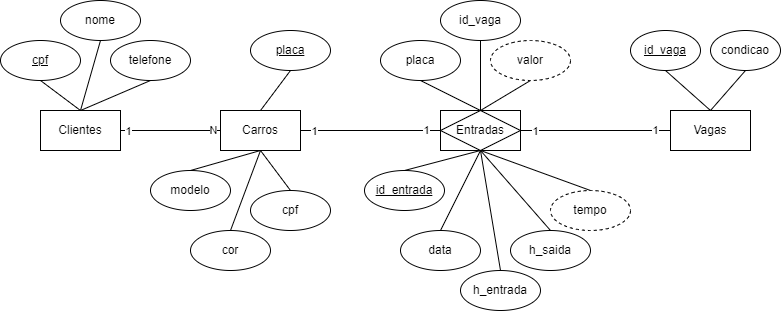
This is docs/mer_der.png from c-alvares/Estacionamento, a draw.io export, as it was before one commit. Source tidied: cells renumbered, new cells last; positions are measured from the earlier drawing's top-left corner, leaving out a move shared by most shapes. Its diagram source:
```xml
<mxGraphModel>
  <root>
    <mxCell id="0" />
    <mxCell id="1" parent="0" />
    <mxCell id="2" value="Clientes" style="whiteSpace=wrap;html=1;align=center;" parent="1" vertex="1">
      <mxGeometry x="40" y="110" width="80" height="40" as="geometry" />
    </mxCell>
    <mxCell id="3" value="Carros" style="whiteSpace=wrap;html=1;align=center;" parent="1" vertex="1">
      <mxGeometry x="220" y="110" width="80" height="40" as="geometry" />
    </mxCell>
    <mxCell id="4" value="Vagas" style="whiteSpace=wrap;html=1;align=center;" parent="1" vertex="1">
      <mxGeometry x="670" y="110" width="80" height="40" as="geometry" />
    </mxCell>
    <mxCell id="5" value="nome" style="ellipse;whiteSpace=wrap;html=1;align=center;" parent="1" vertex="1">
      <mxGeometry x="60" width="80" height="40" as="geometry" />
    </mxCell>
    <mxCell id="6" value="modelo" style="ellipse;whiteSpace=wrap;html=1;align=center;" parent="1" vertex="1">
      <mxGeometry x="150" y="170" width="80" height="40" as="geometry" />
    </mxCell>
    <mxCell id="7" value="cor" style="ellipse;whiteSpace=wrap;html=1;align=center;" parent="1" vertex="1">
      <mxGeometry x="190" y="230" width="80" height="40" as="geometry" />
    </mxCell>
    <mxCell id="8" value="cpf" style="ellipse;whiteSpace=wrap;html=1;align=center;fontStyle=4;" parent="1" vertex="1">
      <mxGeometry y="40" width="80" height="40" as="geometry" />
    </mxCell>
    <mxCell id="9" value="placa" style="ellipse;whiteSpace=wrap;html=1;align=center;fontStyle=4;" parent="1" vertex="1">
      <mxGeometry x="250" y="30" width="80" height="40" as="geometry" />
    </mxCell>
    <mxCell id="10" style="endArrow=none;html=1;rounded=0;exitX=0.5;exitY=1;exitDx=0;exitDy=0;" parent="1" edge="1" source="9">
      <mxGeometry relative="1" as="geometry">
        <mxPoint x="260" y="110" as="targetPoint" />
      </mxGeometry>
    </mxCell>
    <mxCell id="11" style="endArrow=none;html=1;rounded=0;exitX=0.5;exitY=1;exitDx=0;exitDy=0;entryX=0.5;entryY=0;entryDx=0;entryDy=0;" parent="1" edge="1" source="3" target="7">
      <mxGeometry relative="1" as="geometry" />
    </mxCell>
    <mxCell id="12" style="endArrow=none;html=1;rounded=0;exitX=0.5;exitY=0;exitDx=0;exitDy=0;entryX=0.5;entryY=1;entryDx=0;entryDy=0;" parent="1" edge="1" source="6" target="3">
      <mxGeometry relative="1" as="geometry" />
    </mxCell>
    <mxCell id="13" style="endArrow=none;html=1;rounded=0;exitX=0.5;exitY=1;exitDx=0;exitDy=0;entryX=0.5;entryY=0;entryDx=0;entryDy=0;" parent="1" edge="1" source="8" target="2">
      <mxGeometry relative="1" as="geometry" />
    </mxCell>
    <mxCell id="14" style="endArrow=none;html=1;rounded=0;exitX=0.5;exitY=1;exitDx=0;exitDy=0;entryX=0.5;entryY=0;entryDx=0;entryDy=0;" parent="1" edge="1" source="5" target="2">
      <mxGeometry relative="1" as="geometry" />
    </mxCell>
    <mxCell id="15" value="telefone" style="ellipse;whiteSpace=wrap;html=1;align=center;" parent="1" vertex="1">
      <mxGeometry x="110" y="40" width="80" height="40" as="geometry" />
    </mxCell>
    <mxCell id="16" style="endArrow=none;html=1;rounded=0;entryX=0.5;entryY=1;entryDx=0;entryDy=0;exitX=0.5;exitY=0;exitDx=0;exitDy=0;" parent="1" edge="1" source="2" target="15">
      <mxGeometry relative="1" as="geometry" />
    </mxCell>
    <mxCell id="17" value="cpf" style="ellipse;whiteSpace=wrap;html=1;align=center;" parent="1" vertex="1">
      <mxGeometry x="250" y="190" width="80" height="40" as="geometry" />
    </mxCell>
    <mxCell id="18" style="endArrow=none;html=1;rounded=0;exitX=0.5;exitY=0;exitDx=0;exitDy=0;entryX=0.5;entryY=1;entryDx=0;entryDy=0;" parent="1" edge="1" source="17" target="3">
      <mxGeometry relative="1" as="geometry" />
    </mxCell>
    <mxCell id="19" value="N" style="endArrow=none;html=1;rounded=0;exitX=1;exitY=0.5;exitDx=0;exitDy=0;entryX=0;entryY=0.5;entryDx=0;entryDy=0;" parent="1" edge="1" source="2" target="3">
      <mxGeometry x="0.87" relative="1" as="geometry" />
    </mxCell>
    <mxCell id="20" value="1" style="edgeLabel;html=1;align=center;verticalAlign=middle;" parent="19" vertex="1">
      <mxGeometry x="-0.7" relative="1" as="geometry">
        <mxPoint x="-8" as="offset" />
      </mxGeometry>
    </mxCell>
    <mxCell id="21" value="condicao" style="ellipse;whiteSpace=wrap;html=1;align=center;" parent="1" vertex="1">
      <mxGeometry x="710" y="30" width="70" height="40" as="geometry" />
    </mxCell>
    <mxCell id="22" value="id_vaga" style="ellipse;whiteSpace=wrap;html=1;align=center;fontStyle=4;" parent="1" vertex="1">
      <mxGeometry x="630" y="30" width="70" height="40" as="geometry" />
    </mxCell>
    <mxCell id="23" style="endArrow=none;html=1;rounded=0;exitX=0.5;exitY=1;exitDx=0;exitDy=0;entryX=0.5;entryY=0;entryDx=0;entryDy=0;" parent="1" edge="1" source="22" target="4">
      <mxGeometry relative="1" as="geometry" />
    </mxCell>
    <mxCell id="24" style="endArrow=none;html=1;rounded=0;exitX=0.5;exitY=1;exitDx=0;exitDy=0;entryX=0.5;entryY=0;entryDx=0;entryDy=0;" parent="1" edge="1" source="21" target="4">
      <mxGeometry relative="1" as="geometry" />
    </mxCell>
    <mxCell id="25" value="Entradas" style="shape=associativeEntity;whiteSpace=wrap;html=1;align=center;" parent="1" vertex="1">
      <mxGeometry x="440" y="110" width="80" height="40" as="geometry" />
    </mxCell>
    <mxCell id="26" style="endArrow=none;html=1;rounded=0;exitX=0.5;exitY=1;exitDx=0;exitDy=0;entryX=0.5;entryY=0;entryDx=0;entryDy=0;" parent="1" edge="1" source="41" target="25">
      <mxGeometry relative="1" as="geometry" />
    </mxCell>
    <mxCell id="27" style="endArrow=none;html=1;rounded=0;exitX=0.5;exitY=1;exitDx=0;exitDy=0;entryX=0.5;entryY=0;entryDx=0;entryDy=0;" parent="1" edge="1" source="40" target="25">
      <mxGeometry relative="1" as="geometry" />
    </mxCell>
    <mxCell id="28" value="data" style="ellipse;whiteSpace=wrap;html=1;align=center;" parent="1" vertex="1">
      <mxGeometry x="400" y="230" width="80" height="40" as="geometry" />
    </mxCell>
    <mxCell id="29" value="id_entrada" style="ellipse;whiteSpace=wrap;html=1;align=center;fontStyle=4;" parent="1" vertex="1">
      <mxGeometry x="364" y="170" width="80" height="40" as="geometry" />
    </mxCell>
    <mxCell id="30" style="endArrow=none;html=1;rounded=0;exitX=0.5;exitY=0;exitDx=0;exitDy=0;entryX=0.5;entryY=1;entryDx=0;entryDy=0;" parent="1" edge="1" source="29" target="25">
      <mxGeometry relative="1" as="geometry" />
    </mxCell>
    <mxCell id="31" style="endArrow=none;html=1;rounded=0;exitX=0.5;exitY=0;exitDx=0;exitDy=0;entryX=0.5;entryY=1;entryDx=0;entryDy=0;" parent="1" edge="1" source="28" target="25">
      <mxGeometry relative="1" as="geometry" />
    </mxCell>
    <mxCell id="32" value="h_entrada" style="ellipse;whiteSpace=wrap;html=1;align=center;" parent="1" vertex="1">
      <mxGeometry x="460" y="270" width="80" height="40" as="geometry" />
    </mxCell>
    <mxCell id="33" style="endArrow=none;html=1;rounded=0;entryX=0.5;entryY=0;entryDx=0;entryDy=0;exitX=0.5;exitY=1;exitDx=0;exitDy=0;" parent="1" edge="1" source="25" target="32">
      <mxGeometry relative="1" as="geometry" />
    </mxCell>
    <mxCell id="34" value="tempo" style="ellipse;whiteSpace=wrap;html=1;align=center;dashed=1;" parent="1" vertex="1">
      <mxGeometry x="550" y="190" width="80" height="40" as="geometry" />
    </mxCell>
    <mxCell id="35" style="endArrow=none;html=1;rounded=0;entryX=0.5;entryY=0;entryDx=0;entryDy=0;exitX=0.5;exitY=1;exitDx=0;exitDy=0;" parent="1" edge="1" source="25" target="34">
      <mxGeometry relative="1" as="geometry" />
    </mxCell>
    <mxCell id="36" value="1" style="endArrow=none;html=1;rounded=0;entryX=0;entryY=0.5;entryDx=0;entryDy=0;exitX=1;exitY=0.5;exitDx=0;exitDy=0;" parent="1" edge="1" source="25" target="4">
      <mxGeometry x="0.8" relative="1" as="geometry" />
    </mxCell>
    <mxCell id="37" value="1" style="edgeLabel;html=1;align=center;verticalAlign=middle;" parent="36" vertex="1">
      <mxGeometry x="-0.86" relative="1" as="geometry">
        <mxPoint x="3" as="offset" />
      </mxGeometry>
    </mxCell>
    <mxCell id="38" value="1" style="endArrow=none;html=1;rounded=0;exitX=1;exitY=0.5;exitDx=0;exitDy=0;entryX=0;entryY=0.5;entryDx=0;entryDy=0;" parent="1" edge="1" source="3" target="25">
      <mxGeometry x="0.8" relative="1" as="geometry" />
    </mxCell>
    <mxCell id="39" value="1" style="edgeLabel;html=1;align=center;verticalAlign=middle;" parent="38" vertex="1">
      <mxGeometry x="-0.86" relative="1" as="geometry">
        <mxPoint x="3" as="offset" />
      </mxGeometry>
    </mxCell>
    <mxCell id="40" value="valor" style="ellipse;whiteSpace=wrap;html=1;align=center;dashed=1;" parent="1" vertex="1">
      <mxGeometry x="490" y="40" width="80" height="40" as="geometry" />
    </mxCell>
    <mxCell id="41" value="placa" style="ellipse;whiteSpace=wrap;html=1;align=center;" parent="1" vertex="1">
      <mxGeometry x="380" y="40" width="80" height="40" as="geometry" />
    </mxCell>
    <mxCell id="42" style="endArrow=none;html=1;rounded=0;exitX=0.5;exitY=1;exitDx=0;exitDy=0;entryX=0.5;entryY=0;entryDx=0;entryDy=0;" parent="1" edge="1" source="43" target="25">
      <mxGeometry relative="1" as="geometry" />
    </mxCell>
    <mxCell id="43" value="id_vaga" style="ellipse;whiteSpace=wrap;html=1;align=center;" parent="1" vertex="1">
      <mxGeometry x="440" width="80" height="40" as="geometry" />
    </mxCell>
    <mxCell id="44" value="h_saida" style="ellipse;whiteSpace=wrap;html=1;align=center;" parent="1" vertex="1">
      <mxGeometry x="510" y="230" width="80" height="40" as="geometry" />
    </mxCell>
    <mxCell id="45" style="endArrow=none;html=1;rounded=0;entryX=0.5;entryY=0;entryDx=0;entryDy=0;exitX=0.5;exitY=1;exitDx=0;exitDy=0;" parent="1" edge="1" source="25" target="44">
      <mxGeometry relative="1" as="geometry" />
    </mxCell>
  </root>
</mxGraphModel>
```
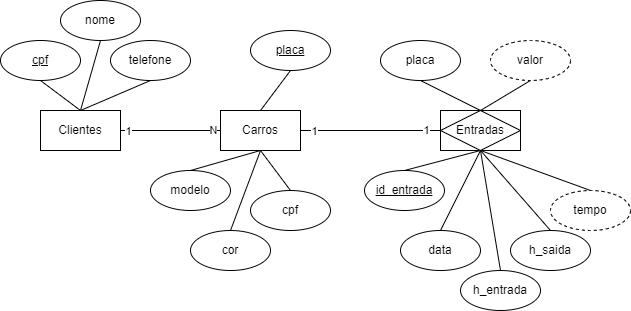
The same diagram one commit later.

The edit, as a diff of the source:
```diff
@@ -1,4 +1,4 @@
-<mxGraphModel>
+<mxGraphModel background="#ffffff">
   <root>
     <mxCell id="0" />
     <mxCell id="1" parent="0" />
@@ -8,9 +8,6 @@
     <mxCell id="3" value="Carros" style="whiteSpace=wrap;html=1;align=center;" parent="1" vertex="1">
       <mxGeometry x="220" y="110" width="80" height="40" as="geometry" />
     </mxCell>
-    <mxCell id="4" value="Vagas" style="whiteSpace=wrap;html=1;align=center;" parent="1" vertex="1">
-      <mxGeometry x="670" y="110" width="80" height="40" as="geometry" />
-    </mxCell>
     <mxCell id="5" value="nome" style="ellipse;whiteSpace=wrap;html=1;align=center;" parent="1" vertex="1">
       <mxGeometry x="60" width="80" height="40" as="geometry" />
     </mxCell>
@@ -63,18 +60,6 @@
         <mxPoint x="-8" as="offset" />
       </mxGeometry>
     </mxCell>
-    <mxCell id="21" value="condicao" style="ellipse;whiteSpace=wrap;html=1;align=center;" parent="1" vertex="1">
-      <mxGeometry x="710" y="30" width="70" height="40" as="geometry" />
-    </mxCell>
-    <mxCell id="22" value="id_vaga" style="ellipse;whiteSpace=wrap;html=1;align=center;fontStyle=4;" parent="1" vertex="1">
-      <mxGeometry x="630" y="30" width="70" height="40" as="geometry" />
-    </mxCell>
-    <mxCell id="23" style="endArrow=none;html=1;rounded=0;exitX=0.5;exitY=1;exitDx=0;exitDy=0;entryX=0.5;entryY=0;entryDx=0;entryDy=0;" parent="1" edge="1" source="22" target="4">
-      <mxGeometry relative="1" as="geometry" />
-    </mxCell>
-    <mxCell id="24" style="endArrow=none;html=1;rounded=0;exitX=0.5;exitY=1;exitDx=0;exitDy=0;entryX=0.5;entryY=0;entryDx=0;entryDy=0;" parent="1" edge="1" source="21" target="4">
-      <mxGeometry relative="1" as="geometry" />
-    </mxCell>
     <mxCell id="25" value="Entradas" style="shape=associativeEntity;whiteSpace=wrap;html=1;align=center;" parent="1" vertex="1">
       <mxGeometry x="440" y="110" width="80" height="40" as="geometry" />
     </mxCell>
@@ -108,14 +93,6 @@
     <mxCell id="35" style="endArrow=none;html=1;rounded=0;entryX=0.5;entryY=0;entryDx=0;entryDy=0;exitX=0.5;exitY=1;exitDx=0;exitDy=0;" parent="1" edge="1" source="25" target="34">
       <mxGeometry relative="1" as="geometry" />
     </mxCell>
-    <mxCell id="36" value="1" style="endArrow=none;html=1;rounded=0;entryX=0;entryY=0.5;entryDx=0;entryDy=0;exitX=1;exitY=0.5;exitDx=0;exitDy=0;" parent="1" edge="1" source="25" target="4">
-      <mxGeometry x="0.8" relative="1" as="geometry" />
-    </mxCell>
-    <mxCell id="37" value="1" style="edgeLabel;html=1;align=center;verticalAlign=middle;" parent="36" vertex="1">
-      <mxGeometry x="-0.86" relative="1" as="geometry">
-        <mxPoint x="3" as="offset" />
-      </mxGeometry>
-    </mxCell>
     <mxCell id="38" value="1" style="endArrow=none;html=1;rounded=0;exitX=1;exitY=0.5;exitDx=0;exitDy=0;entryX=0;entryY=0.5;entryDx=0;entryDy=0;" parent="1" edge="1" source="3" target="25">
       <mxGeometry x="0.8" relative="1" as="geometry" />
     </mxCell>
@@ -130,12 +107,6 @@
     <mxCell id="41" value="placa" style="ellipse;whiteSpace=wrap;html=1;align=center;" parent="1" vertex="1">
       <mxGeometry x="380" y="40" width="80" height="40" as="geometry" />
     </mxCell>
-    <mxCell id="42" style="endArrow=none;html=1;rounded=0;exitX=0.5;exitY=1;exitDx=0;exitDy=0;entryX=0.5;entryY=0;entryDx=0;entryDy=0;" parent="1" edge="1" source="43" target="25">
-      <mxGeometry relative="1" as="geometry" />
-    </mxCell>
-    <mxCell id="43" value="id_vaga" style="ellipse;whiteSpace=wrap;html=1;align=center;" parent="1" vertex="1">
-      <mxGeometry x="440" width="80" height="40" as="geometry" />
-    </mxCell>
     <mxCell id="44" value="h_saida" style="ellipse;whiteSpace=wrap;html=1;align=center;" parent="1" vertex="1">
       <mxGeometry x="510" y="230" width="80" height="40" as="geometry" />
     </mxCell>
```
